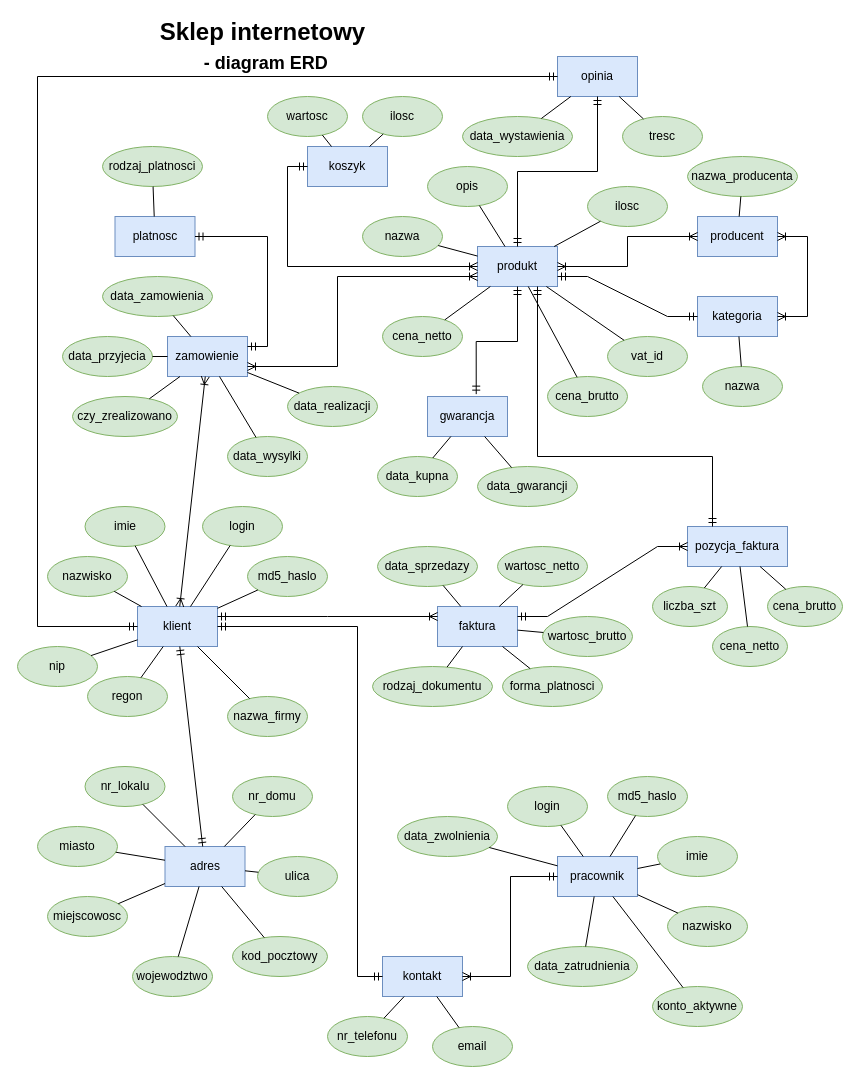
s29097-pj/RBD keeps this draw.io diagram as Projekt_baza_SQL/Sklep_internetowy_diagram_erd.drawio. Above is the earlier version. Source tidied: cells renumbered, new cells numbered last; positions are measured from the earlier drawing's top-left corner, leaving out a move shared by most shapes. Both pictures are drawn from the tidied source at 100%, with x=0, y=0 at pixel (17, 26).
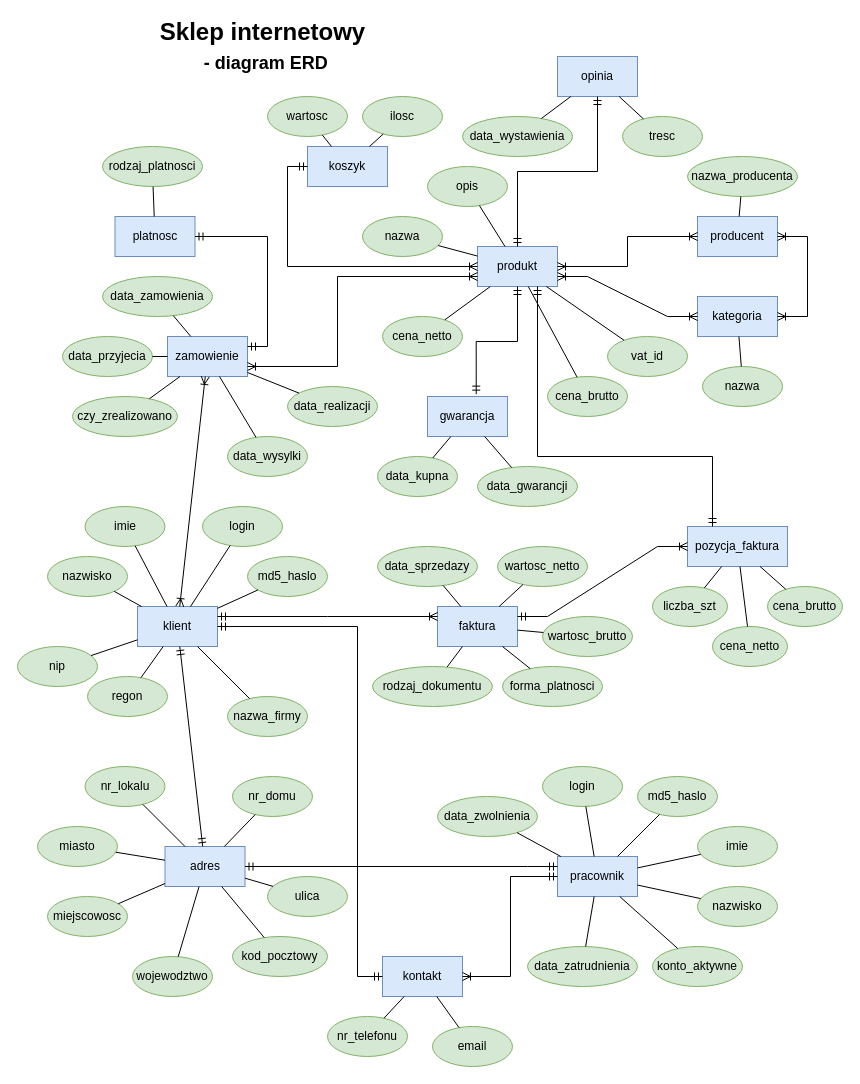
After the change.

Unchanged cells that the change refers to:
```xml
<mxCell id="7" value="opinia" style="rounded=0;whiteSpace=wrap;html=1;fillColor=#dae8fc;strokeColor=#6c8ebf;" parent="1" vertex="1">
  <mxGeometry x="540" y="30" width="80" height="40" as="geometry" />
</mxCell>
<mxCell id="12" value="produkt" style="rounded=0;whiteSpace=wrap;html=1;fillColor=#dae8fc;strokeColor=#6c8ebf;" parent="1" vertex="1">
  <mxGeometry x="460" y="220" width="80" height="40" as="geometry" />
</mxCell>
<mxCell id="13" value="producent" style="rounded=0;whiteSpace=wrap;html=1;fillColor=#dae8fc;strokeColor=#6c8ebf;" parent="1" vertex="1">
  <mxGeometry x="680" y="190" width="80" height="40" as="geometry" />
</mxCell>
<mxCell id="16" value="kategoria" style="rounded=0;whiteSpace=wrap;html=1;fillColor=#dae8fc;strokeColor=#6c8ebf;" parent="1" vertex="1">
  <mxGeometry x="680" y="270" width="80" height="40" as="geometry" />
</mxCell>
<mxCell id="18" value="klient" style="rounded=0;whiteSpace=wrap;html=1;fillColor=#dae8fc;strokeColor=#6c8ebf;" parent="1" vertex="1">
  <mxGeometry x="120" y="580" width="80" height="40" as="geometry" />
</mxCell>
<mxCell id="20" value="adres" style="rounded=0;whiteSpace=wrap;html=1;fillColor=#dae8fc;strokeColor=#6c8ebf;" parent="1" vertex="1">
  <mxGeometry x="147.5" y="820" width="80" height="40" as="geometry" />
</mxCell>
<mxCell id="22" value="pracownik" style="rounded=0;whiteSpace=wrap;html=1;fillColor=#dae8fc;strokeColor=#6c8ebf;" parent="1" vertex="1">
  <mxGeometry x="540" y="830" width="80" height="40" as="geometry" />
</mxCell>
```

The edit, as a diff of the source:
```diff
@@
-    <mxCell id="28" value="ilosc" style="ellipse;whiteSpace=wrap;html=1;fillColor=#d5e8d4;strokeColor=#82b366;" parent="1" vertex="1">
-      <mxGeometry x="570" y="160" width="80" height="40" as="geometry" />
-    </mxCell>
@@
-    <mxCell id="33" style="endArrow=none;html=1;rounded=0;" parent="1" edge="1" source="12" target="28">
-      <mxGeometry relative="1" as="geometry" />
-    </mxCell>
@@
     <mxCell id="80" value="login" style="ellipse;whiteSpace=wrap;html=1;fillColor=#d5e8d4;strokeColor=#82b366;" parent="1" vertex="1">
-      <mxGeometry x="490" y="760" width="80" height="40" as="geometry" />
+      <mxGeometry x="525" y="740" width="80" height="40" as="geometry" />
     </mxCell>
     <mxCell id="81" value="md5_haslo" style="ellipse;whiteSpace=wrap;html=1;fillColor=#d5e8d4;strokeColor=#82b366;" parent="1" vertex="1">
-      <mxGeometry x="590" y="750" width="80" height="40" as="geometry" />
+      <mxGeometry x="620" y="750" width="80" height="40" as="geometry" />
     </mxCell>
     <mxCell id="82" value="imie" style="ellipse;whiteSpace=wrap;html=1;fillColor=#d5e8d4;strokeColor=#82b366;" parent="1" vertex="1">
-      <mxGeometry x="640" y="810" width="80" height="40" as="geometry" />
+      <mxGeometry x="680" y="800" width="80" height="40" as="geometry" />
     </mxCell>
     <mxCell id="83" value="nazwisko" style="ellipse;whiteSpace=wrap;html=1;fillColor=#d5e8d4;strokeColor=#82b366;" parent="1" vertex="1">
-      <mxGeometry x="650" y="880" width="80" height="40" as="geometry" />
+      <mxGeometry x="680" y="860" width="80" height="40" as="geometry" />
     </mxCell>
     <mxCell id="84" value="konto_aktywne" style="ellipse;whiteSpace=wrap;html=1;fillColor=#d5e8d4;strokeColor=#82b366;" parent="1" vertex="1">
-      <mxGeometry x="635" y="960" width="90" height="40" as="geometry" />
+      <mxGeometry x="635" y="920" width="90" height="40" as="geometry" />
     </mxCell>
@@
     <mxCell id="86" value="data_zwolnienia" style="ellipse;whiteSpace=wrap;html=1;fillColor=#d5e8d4;strokeColor=#82b366;" parent="1" vertex="1">
-      <mxGeometry x="380" y="790" width="100" height="40" as="geometry" />
+      <mxGeometry x="420" y="770" width="100" height="40" as="geometry" />
     </mxCell>
@@
     <mxCell id="101" value="ulica" style="ellipse;whiteSpace=wrap;html=1;fillColor=#d5e8d4;strokeColor=#82b366;" parent="1" vertex="1">
-      <mxGeometry x="240" y="830" width="80" height="40" as="geometry" />
+      <mxGeometry x="250" y="850" width="80" height="40" as="geometry" />
     </mxCell>
@@
-    <mxCell id="114" style="edgeStyle=orthogonalEdgeStyle;fontSize=12;html=1;endArrow=ERoneToMany;startArrow=ERoneToMany;rounded=0;" parent="1" edge="1" source="12" target="13">
+    <mxCell id="114" style="edgeStyle=orthogonalEdgeStyle;fontSize=12;html=1;endArrow=ERoneToMany;startArrow=ERoneToMany;rounded=0;startFill=0;endFill=0;" parent="1" edge="1" source="12" target="13">
       <mxGeometry relative="1" as="geometry" />
     </mxCell>
@@
-    <mxCell id="117" style="edgeStyle=entityRelationEdgeStyle;fontSize=12;html=1;endArrow=ERmandOne;startArrow=ERmandOne;rounded=0;exitX=1;exitY=0.75;exitDx=0;exitDy=0;" parent="1" edge="1" source="12" target="16">
+    <mxCell id="117" style="edgeStyle=entityRelationEdgeStyle;fontSize=12;html=1;endArrow=ERoneToMany;startArrow=ERoneToMany;rounded=0;exitX=1;exitY=0.75;exitDx=0;exitDy=0;startFill=0;endFill=0;" parent="1" edge="1" source="12" target="16">
       <mxGeometry relative="1" as="geometry" />
     </mxCell>
-    <mxCell id="118" style="edgeStyle=elbowEdgeStyle;fontSize=12;html=1;endArrow=ERmandOne;startArrow=ERmandOne;rounded=0;" parent="1" edge="1" source="18" target="7">
-      <mxGeometry relative="1" as="geometry">
-        <Array as="points">
-          <mxPoint x="20" y="340" />
-        </Array>
-      </mxGeometry>
-    </mxCell>
@@
+    <mxCell id="135" style="edgeStyle=entityRelationEdgeStyle;fontSize=12;html=1;endArrow=ERmandOne;startArrow=ERmandOne;rounded=0;entryX=0;entryY=0.25;entryDx=0;entryDy=0;" parent="1" edge="1" source="20" target="22">
+      <mxGeometry relative="1" as="geometry" />
+    </mxCell>
```
